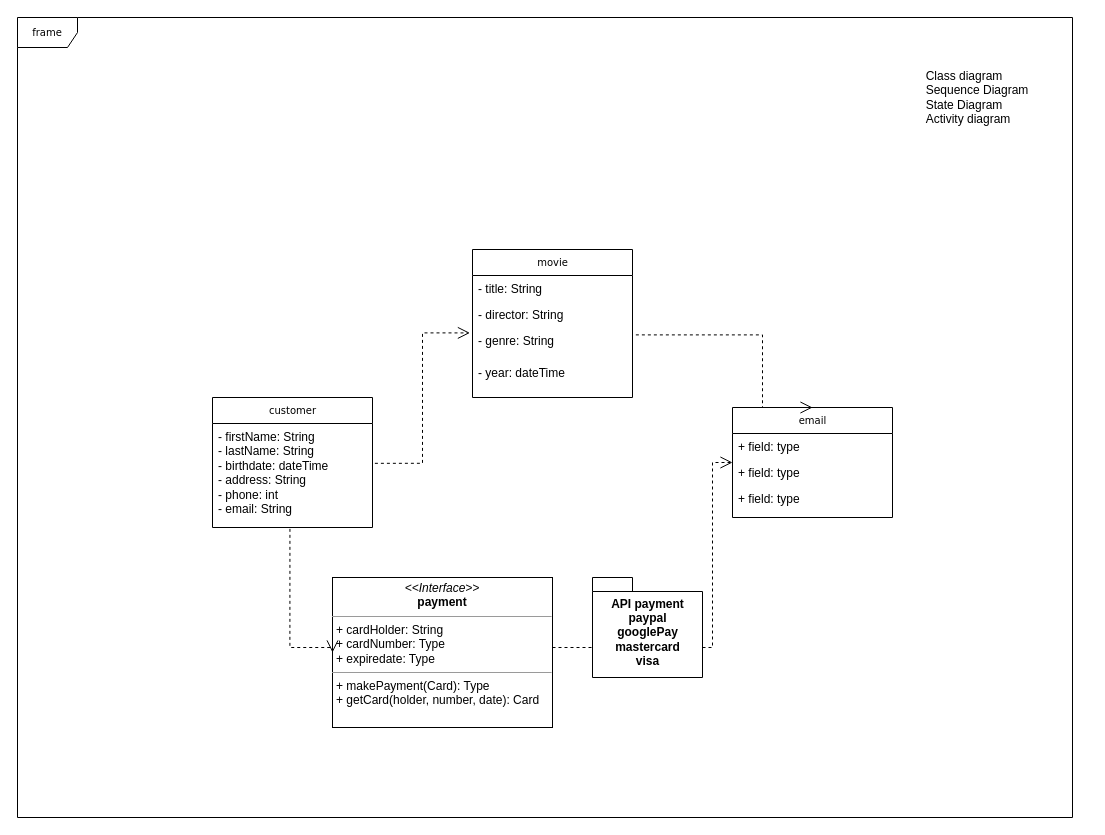
marioBdev/CCT_HireMovie keeps this draw.io diagram as Class Diagram XVision.drawio. Above is the earlier version. Source tidied: cells renumbered, new cells numbered last; positions are measured from the earlier drawing's top-left corner, leaving out a move shared by most shapes. Both pictures are drawn from the tidied source at 100%, with x=0, y=0 at pixel (17, 17).
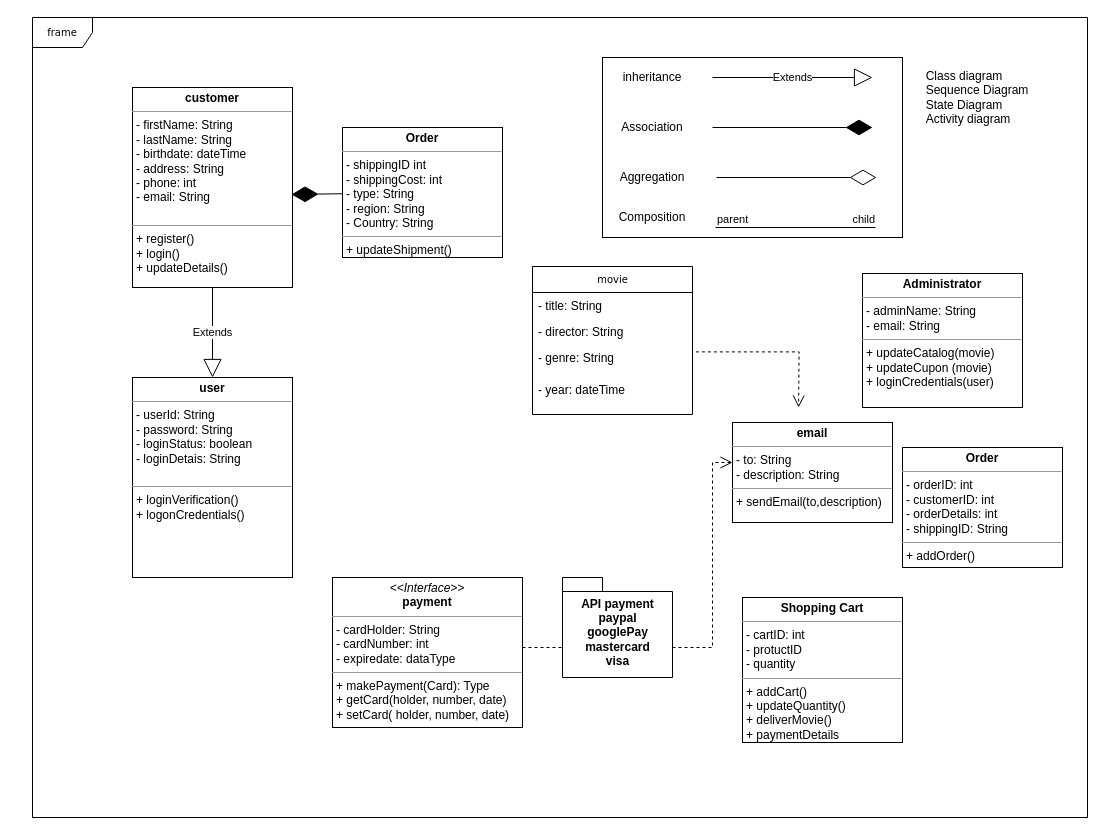
The same page after the edit.

Unchanged cells that the change refers to:
```xml
<mxCell id="6" value="- genre: String" style="text;html=1;strokeColor=none;fillColor=none;align=left;verticalAlign=top;spacingLeft=4;spacingRight=4;whiteSpace=wrap;overflow=hidden;points=[[0,0.5],[1,0.5]];portConstraint=eastwest;" parent="3" vertex="1">
  <mxGeometry y="78" width="160" height="32" as="geometry" />
</mxCell>
```

Change to the diagram source:
```diff
@@
+    <mxCell id="21" style="rounded=0;whiteSpace=wrap;html=1;" parent="1" vertex="1">
+      <mxGeometry x="585" y="40" width="300" height="180" as="geometry" />
+    </mxCell>
     <mxCell id="2" value="frame" style="shape=umlFrame;whiteSpace=wrap;html=1;rounded=0;shadow=0;comic=0;labelBackgroundColor=none;strokeWidth=1;fontFamily=Verdana;fontSize=10;align=center;" parent="1" vertex="1">
-      <mxGeometry width="1055" height="800" as="geometry" />
+      <mxGeometry x="15" width="1055" height="800" as="geometry" />
     </mxCell>
     <mxCell id="3" value="movie" style="swimlane;html=1;fontStyle=0;horizontal=1;startSize=26;fillColor=none;swimlaneFillColor=#ffffff;rounded=0;shadow=0;comic=0;labelBackgroundColor=none;strokeWidth=1;fontFamily=Verdana;fontSize=10;align=center;" parent="1" vertex="1">
-      <mxGeometry x="455" y="232" width="160" height="148" as="geometry" />
+      <mxGeometry x="515" y="249" width="160" height="148" as="geometry" />
     </mxCell>
@@
-    <mxCell id="8" value="email" style="swimlane;html=1;fontStyle=0;horizontal=1;startSize=26;fillColor=none;swimlaneFillColor=#ffffff;rounded=0;shadow=0;comic=0;labelBackgroundColor=none;strokeWidth=1;fontFamily=Verdana;fontSize=10;align=center;" parent="1" vertex="1">
-      <mxGeometry x="715" y="390" width="160" height="110" as="geometry" />
-    </mxCell>
-    <mxCell id="9" value="+ field: type" style="text;html=1;strokeColor=none;fillColor=none;align=left;verticalAlign=top;spacingLeft=4;spacingRight=4;whiteSpace=wrap;overflow=hidden;" parent="8" vertex="1">
-      <mxGeometry y="26" width="160" height="26" as="geometry" />
-    </mxCell>
-    <mxCell id="10" value="+ field: type" style="text;html=1;strokeColor=none;fillColor=none;align=left;verticalAlign=top;spacingLeft=4;spacingRight=4;whiteSpace=wrap;overflow=hidden;" parent="8" vertex="1">
-      <mxGeometry y="52" width="160" height="26" as="geometry" />
-    </mxCell>
-    <mxCell id="11" value="+ field: type" style="text;html=1;strokeColor=none;fillColor=none;align=left;verticalAlign=top;spacingLeft=4;spacingRight=4;whiteSpace=wrap;overflow=hidden;" parent="8" vertex="1">
-      <mxGeometry y="78" width="160" height="26" as="geometry" />
-    </mxCell>
-    <mxCell id="12" value="&lt;p style=&quot;margin: 0px ; margin-top: 4px ; text-align: center&quot;&gt;&lt;i&gt;&amp;lt;&amp;lt;Interface&amp;gt;&amp;gt;&lt;/i&gt;&lt;br&gt;&lt;b&gt;payment&lt;/b&gt;&lt;/p&gt;&lt;hr size=&quot;1&quot;&gt;&lt;p style=&quot;margin: 0px ; margin-left: 4px&quot;&gt;+ cardHolder: String&lt;/p&gt;&lt;p style=&quot;margin: 0px ; margin-left: 4px&quot;&gt;+ cardNumber: Type&lt;br&gt;+ expiredate: Type&lt;/p&gt;&lt;hr size=&quot;1&quot;&gt;&lt;p style=&quot;margin: 0px ; margin-left: 4px&quot;&gt;+ makePayment(Card): Type&lt;br&gt;+ getCard(holder, number, date): Card&lt;/p&gt;" style="verticalAlign=top;align=left;overflow=fill;fontSize=12;fontFamily=Helvetica;html=1;rounded=0;shadow=0;comic=0;labelBackgroundColor=none;strokeWidth=1;" parent="1" vertex="1">
-      <mxGeometry x="315" y="560" width="220" height="150" as="geometry" />
+    <mxCell id="12" value="&lt;p style=&quot;margin: 0px ; margin-top: 4px ; text-align: center&quot;&gt;&lt;i&gt;&amp;lt;&amp;lt;Interface&amp;gt;&amp;gt;&lt;/i&gt;&lt;br&gt;&lt;b&gt;payment&lt;/b&gt;&lt;/p&gt;&lt;hr size=&quot;1&quot;&gt;&lt;p style=&quot;margin: 0px ; margin-left: 4px&quot;&gt;- cardHolder: String&lt;/p&gt;&lt;p style=&quot;margin: 0px ; margin-left: 4px&quot;&gt;- cardNumber: int&lt;br&gt;- expiredate: dataType&lt;/p&gt;&lt;hr size=&quot;1&quot;&gt;&lt;p style=&quot;margin: 0px ; margin-left: 4px&quot;&gt;+ makePayment(Card): Type&lt;br&gt;+ getCard(holder, number, date)&lt;/p&gt;&lt;p style=&quot;margin: 0px ; margin-left: 4px&quot;&gt;&lt;span&gt;+ setCard( holder, number, date)&lt;/span&gt;&lt;/p&gt;" style="verticalAlign=top;align=left;overflow=fill;fontSize=12;fontFamily=Helvetica;html=1;rounded=0;shadow=0;comic=0;labelBackgroundColor=none;strokeWidth=1;" parent="1" vertex="1">
+      <mxGeometry x="315" y="560" width="190" height="150" as="geometry" />
     </mxCell>
-    <mxCell id="13" style="edgeStyle=orthogonalEdgeStyle;rounded=0;html=1;labelBackgroundColor=none;startFill=0;endArrow=open;endFill=0;endSize=10;fontFamily=Verdana;fontSize=10;dashed=1;exitX=1.015;exitY=0.383;exitDx=0;exitDy=0;exitPerimeter=0;entryX=-0.016;entryY=0.169;entryDx=0;entryDy=0;entryPerimeter=0;" parent="1" edge="1" source="16" target="6">
-      <mxGeometry relative="1" as="geometry" />
-    </mxCell>
-    <mxCell id="14" style="edgeStyle=orthogonalEdgeStyle;rounded=0;html=1;dashed=1;labelBackgroundColor=none;startFill=0;endArrow=open;endFill=0;endSize=10;fontFamily=Verdana;fontSize=10;" parent="1" edge="1" source="12" target="8">
+    <mxCell id="14" style="edgeStyle=orthogonalEdgeStyle;rounded=0;html=1;dashed=1;labelBackgroundColor=none;startFill=0;endArrow=open;endFill=0;endSize=10;fontFamily=Verdana;fontSize=10;" parent="1" edge="1" source="12">
       <mxGeometry relative="1" as="geometry">
+        <mxPoint x="715" y="445" as="targetPoint" />
         <Array as="points">
           <mxPoint x="695" y="630" />
           <mxPoint x="695" y="445" />
         </Array>
       </mxGeometry>
     </mxCell>
-    <mxCell id="15" value="customer" style="swimlane;html=1;fontStyle=0;horizontal=1;startSize=26;fillColor=none;swimlaneFillColor=#ffffff;rounded=0;shadow=0;comic=0;labelBackgroundColor=none;strokeWidth=1;fontFamily=Verdana;fontSize=10;align=center;" parent="1" vertex="1">
-      <mxGeometry x="195" y="380" width="160" height="130" as="geometry" />
-    </mxCell>
-    <mxCell id="16" value="- firstName: String&lt;br&gt;- lastName: String&lt;br&gt;- birthdate: dateTime&lt;br&gt;- address: String&lt;br&gt;- phone: int&lt;br&gt;- email: String" style="text;html=1;strokeColor=none;fillColor=none;align=left;verticalAlign=top;spacingLeft=4;spacingRight=4;whiteSpace=wrap;overflow=hidden;points=[[0,0.5],[1,0.5]];portConstraint=eastwest;" parent="15" vertex="1">
-      <mxGeometry y="26" width="160" height="104" as="geometry" />
-    </mxCell>
@@
-    <mxCell id="18" style="edgeStyle=orthogonalEdgeStyle;rounded=0;html=1;labelBackgroundColor=none;startFill=0;endArrow=open;endFill=0;endSize=10;fontFamily=Verdana;fontSize=10;dashed=1;exitX=0.484;exitY=1.013;exitDx=0;exitDy=0;exitPerimeter=0;entryX=0;entryY=0.5;entryDx=0;entryDy=0;" parent="1" edge="1" source="16" target="12">
-      <mxGeometry relative="1" as="geometry">
-        <Array as="points">
-          <mxPoint x="272" y="630" />
-        </Array>
-      </mxGeometry>
-    </mxCell>
-    <mxCell id="19" style="edgeStyle=orthogonalEdgeStyle;rounded=0;html=1;labelBackgroundColor=none;startFill=0;endArrow=open;endFill=0;endSize=10;fontFamily=Verdana;fontSize=10;dashed=1;exitX=1.021;exitY=0.231;exitDx=0;exitDy=0;exitPerimeter=0;entryX=0.5;entryY=0;entryDx=0;entryDy=0;" parent="1" edge="1" source="6" target="8">
+    <mxCell id="19" style="edgeStyle=orthogonalEdgeStyle;rounded=0;html=1;labelBackgroundColor=none;startFill=0;endArrow=open;endFill=0;endSize=10;fontFamily=Verdana;fontSize=10;dashed=1;exitX=1.021;exitY=0.231;exitDx=0;exitDy=0;exitPerimeter=0;entryX=0.413;entryY=0;entryDx=0;entryDy=0;entryPerimeter=0;" parent="1" edge="1" source="6">
       <mxGeometry relative="1" as="geometry">
-        <Array as="points">
-          <mxPoint x="745" y="317" />
-          <mxPoint x="745" y="390" />
-        </Array>
+        <mxPoint x="781.1" y="390" as="targetPoint" />
       </mxGeometry>
     </mxCell>
     <mxCell id="20" value="API payment&lt;br&gt;paypal&lt;br&gt;googlePay&lt;br&gt;mastercard&lt;br&gt;visa" style="shape=folder;fontStyle=1;spacingTop=10;tabWidth=40;tabHeight=14;tabPosition=left;html=1;" parent="1" vertex="1">
-      <mxGeometry x="575" y="560" width="110" height="100" as="geometry" />
+      <mxGeometry x="545" y="560" width="110" height="100" as="geometry" />
     </mxCell>
+    <mxCell id="22" style="endArrow=diamondThin;endFill=1;endSize=24;html=1;" parent="1" edge="1">
+      <mxGeometry relative="1" as="geometry">
+        <mxPoint x="695" y="110" as="sourcePoint" />
+        <mxPoint x="855" y="110" as="targetPoint" />
+      </mxGeometry>
+    </mxCell>
+    <mxCell id="23" style="endArrow=diamondThin;endFill=0;endSize=24;html=1;" parent="1" edge="1">
+      <mxGeometry relative="1" as="geometry">
+        <mxPoint x="699" y="160" as="sourcePoint" />
+        <mxPoint x="859" y="160" as="targetPoint" />
+      </mxGeometry>
+    </mxCell>
+    <mxCell id="24" value="Extends" style="endArrow=block;endSize=16;endFill=0;html=1;" parent="1" edge="1">
+      <mxGeometry relative="1" as="geometry">
+        <mxPoint x="695" y="60" as="sourcePoint" />
+        <mxPoint x="855" y="60" as="targetPoint" />
+      </mxGeometry>
+    </mxCell>
+    <mxCell id="25" style="endArrow=none;html=1;edgeStyle=orthogonalEdgeStyle;" parent="1" edge="1">
+      <mxGeometry relative="1" as="geometry">
+        <mxPoint x="698" y="210" as="sourcePoint" />
+        <mxPoint x="858" y="210" as="targetPoint" />
+      </mxGeometry>
+    </mxCell>
+    <mxCell id="26" value="parent" style="edgeLabel;html=1;align=left;verticalAlign=bottom;" parent="25" vertex="1">
+      <mxGeometry x="-1" relative="1" as="geometry" />
+    </mxCell>
+    <mxCell id="27" value="child" style="edgeLabel;html=1;align=right;verticalAlign=bottom;" parent="25" vertex="1">
+      <mxGeometry x="1" relative="1" as="geometry" />
+    </mxCell>
+    <mxCell id="28" value="inheritance" style="text;html=1;strokeColor=none;fillColor=none;align=center;verticalAlign=middle;whiteSpace=wrap;rounded=0;" parent="1" vertex="1">
+      <mxGeometry x="575" y="50" width="120" height="20" as="geometry" />
+    </mxCell>
+    <mxCell id="29" value="Association" style="text;html=1;strokeColor=none;fillColor=none;align=center;verticalAlign=middle;whiteSpace=wrap;rounded=0;" parent="1" vertex="1">
+      <mxGeometry x="575" y="100" width="120" height="20" as="geometry" />
+    </mxCell>
+    <mxCell id="30" value="Aggregation" style="text;html=1;strokeColor=none;fillColor=none;align=center;verticalAlign=middle;whiteSpace=wrap;rounded=0;" parent="1" vertex="1">
+      <mxGeometry x="575" y="150" width="120" height="20" as="geometry" />
+    </mxCell>
+    <mxCell id="31" value="Composition" style="text;html=1;strokeColor=none;fillColor=none;align=center;verticalAlign=middle;whiteSpace=wrap;rounded=0;" parent="1" vertex="1">
+      <mxGeometry x="575" y="190" width="120" height="20" as="geometry" />
+    </mxCell>
+    <mxCell id="32" value="&lt;p style=&quot;margin: 0px ; margin-top: 4px ; text-align: center&quot;&gt;&lt;b&gt;customer&lt;/b&gt;&lt;/p&gt;&lt;hr size=&quot;1&quot;&gt;&lt;p style=&quot;margin: 0px ; margin-left: 4px&quot;&gt;&lt;span&gt;- firstName: String&lt;/span&gt;&lt;br&gt;&lt;span&gt;- lastName: String&lt;/span&gt;&lt;br&gt;&lt;span&gt;- birthdate: dateTime&lt;/span&gt;&lt;br&gt;&lt;span&gt;- address: String&lt;/span&gt;&lt;br&gt;&lt;span&gt;- phone: int&lt;/span&gt;&lt;br&gt;&lt;span&gt;- email: String&lt;/span&gt;&lt;br&gt;&lt;/p&gt;&lt;p style=&quot;margin: 0px ; margin-left: 4px&quot;&gt;&lt;br&gt;&lt;/p&gt;&lt;hr size=&quot;1&quot;&gt;&lt;p style=&quot;margin: 0px ; margin-left: 4px&quot;&gt;+ register()&lt;/p&gt;&lt;p style=&quot;margin: 0px ; margin-left: 4px&quot;&gt;+ login()&lt;/p&gt;&lt;p style=&quot;margin: 0px ; margin-left: 4px&quot;&gt;+ updateDetails()&lt;/p&gt;" style="verticalAlign=top;align=left;overflow=fill;fontSize=12;fontFamily=Helvetica;html=1;" parent="1" vertex="1">
+      <mxGeometry x="115" y="70" width="160" height="200" as="geometry" />
+    </mxCell>
+    <mxCell id="33" value="&lt;p style=&quot;margin: 0px ; margin-top: 4px ; text-align: center&quot;&gt;&lt;b&gt;email&lt;/b&gt;&lt;/p&gt;&lt;hr size=&quot;1&quot;&gt;&lt;p style=&quot;margin: 0px ; margin-left: 4px&quot;&gt;- to: String&lt;/p&gt;&lt;p style=&quot;margin: 0px ; margin-left: 4px&quot;&gt;- description: String&lt;/p&gt;&lt;hr size=&quot;1&quot;&gt;&lt;p style=&quot;margin: 0px ; margin-left: 4px&quot;&gt;+ sendEmail(to,description)&lt;/p&gt;" style="verticalAlign=top;align=left;overflow=fill;fontSize=12;fontFamily=Helvetica;html=1;" parent="1" vertex="1">
+      <mxGeometry x="715" y="405" width="160" height="100" as="geometry" />
+    </mxCell>
+    <mxCell id="34" value="&lt;p style=&quot;margin: 0px ; margin-top: 4px ; text-align: center&quot;&gt;&lt;b&gt;user&lt;/b&gt;&lt;/p&gt;&lt;hr size=&quot;1&quot;&gt;&lt;p style=&quot;margin: 0px ; margin-left: 4px&quot;&gt;&lt;span&gt;- userId: String&lt;/span&gt;&lt;br&gt;&lt;span&gt;- password: String&lt;/span&gt;&lt;br&gt;&lt;span&gt;- loginStatus: boolean&lt;/span&gt;&lt;br&gt;&lt;span&gt;- loginDetais: String&lt;/span&gt;&lt;br&gt;&lt;br&gt;&lt;/p&gt;&lt;hr size=&quot;1&quot;&gt;&lt;p style=&quot;margin: 0px ; margin-left: 4px&quot;&gt;+ loginVerification()&lt;/p&gt;&lt;p style=&quot;margin: 0px ; margin-left: 4px&quot;&gt;+ logonCredentials()&lt;/p&gt;" style="verticalAlign=top;align=left;overflow=fill;fontSize=12;fontFamily=Helvetica;html=1;" parent="1" vertex="1">
+      <mxGeometry x="115" y="360" width="160" height="200" as="geometry" />
+    </mxCell>
+    <mxCell id="35" value="Extends" style="endArrow=block;endSize=16;endFill=0;html=1;" parent="1" edge="1" source="32" target="34">
+      <mxGeometry relative="1" as="geometry" />
+    </mxCell>
+    <mxCell id="36" value="&lt;p style=&quot;margin: 0px ; margin-top: 4px ; text-align: center&quot;&gt;&lt;b&gt;Administrator&lt;/b&gt;&lt;/p&gt;&lt;hr size=&quot;1&quot;&gt;&lt;p style=&quot;margin: 0px ; margin-left: 4px&quot;&gt;- adminName: String&lt;/p&gt;&lt;p style=&quot;margin: 0px ; margin-left: 4px&quot;&gt;- email: String&lt;/p&gt;&lt;hr size=&quot;1&quot;&gt;&lt;p style=&quot;margin: 0px ; margin-left: 4px&quot;&gt;&lt;span&gt;+ updateCatalog(movie)&lt;/span&gt;&lt;br&gt;&lt;/p&gt;&lt;p style=&quot;margin: 0px ; margin-left: 4px&quot;&gt;&lt;span&gt;+ updateCupon (movie)&lt;/span&gt;&lt;/p&gt;&lt;p style=&quot;margin: 0px ; margin-left: 4px&quot;&gt;+ loginCredentials(user)&lt;/p&gt;" style="verticalAlign=top;align=left;overflow=fill;fontSize=12;fontFamily=Helvetica;html=1;" parent="1" vertex="1">
+      <mxGeometry x="845" y="256" width="160" height="134" as="geometry" />
+    </mxCell>
+    <mxCell id="37" value="&lt;p style=&quot;margin: 0px ; margin-top: 4px ; text-align: center&quot;&gt;&lt;b&gt;Shopping Cart&lt;/b&gt;&lt;/p&gt;&lt;hr size=&quot;1&quot;&gt;&lt;p style=&quot;margin: 0px ; margin-left: 4px&quot;&gt;- cartID: int&lt;/p&gt;&lt;p style=&quot;margin: 0px ; margin-left: 4px&quot;&gt;- protuctID&lt;/p&gt;&lt;p style=&quot;margin: 0px ; margin-left: 4px&quot;&gt;- quantity&lt;/p&gt;&lt;hr size=&quot;1&quot;&gt;&lt;p style=&quot;margin: 0px ; margin-left: 4px&quot;&gt;+ addCart()&lt;/p&gt;&lt;p style=&quot;margin: 0px ; margin-left: 4px&quot;&gt;+ updateQuantity()&lt;/p&gt;&lt;p style=&quot;margin: 0px ; margin-left: 4px&quot;&gt;+ deliverMovie()&lt;/p&gt;&lt;p style=&quot;margin: 0px ; margin-left: 4px&quot;&gt;+ paymentDetails&lt;/p&gt;" style="verticalAlign=top;align=left;overflow=fill;fontSize=12;fontFamily=Helvetica;html=1;" parent="1" vertex="1">
+      <mxGeometry x="725" y="580" width="160" height="145" as="geometry" />
+    </mxCell>
+    <mxCell id="38" value="&lt;p style=&quot;margin: 0px ; margin-top: 4px ; text-align: center&quot;&gt;&lt;b&gt;Order&lt;/b&gt;&lt;/p&gt;&lt;hr size=&quot;1&quot;&gt;&lt;p style=&quot;margin: 0px ; margin-left: 4px&quot;&gt;- orderID: int&lt;/p&gt;&lt;p style=&quot;margin: 0px ; margin-left: 4px&quot;&gt;- customerID: int&lt;/p&gt;&lt;p style=&quot;margin: 0px ; margin-left: 4px&quot;&gt;- orderDetails: int&lt;/p&gt;&lt;p style=&quot;margin: 0px ; margin-left: 4px&quot;&gt;- shippingID: String&lt;/p&gt;&lt;hr size=&quot;1&quot;&gt;&lt;p style=&quot;margin: 0px ; margin-left: 4px&quot;&gt;+ addOrder()&lt;/p&gt;" style="verticalAlign=top;align=left;overflow=fill;fontSize=12;fontFamily=Helvetica;html=1;" parent="1" vertex="1">
+      <mxGeometry x="885" y="430" width="160" height="120" as="geometry" />
+    </mxCell>
+    <mxCell id="39" value="&lt;p style=&quot;margin: 0px ; margin-top: 4px ; text-align: center&quot;&gt;&lt;b&gt;Order&lt;/b&gt;&lt;/p&gt;&lt;hr size=&quot;1&quot;&gt;&lt;p style=&quot;margin: 0px ; margin-left: 4px&quot;&gt;- shippingID&lt;span&gt;&amp;nbsp;int&lt;/span&gt;&lt;/p&gt;&lt;p style=&quot;margin: 0px ; margin-left: 4px&quot;&gt;- shippingCost: int&lt;/p&gt;&lt;p style=&quot;margin: 0px ; margin-left: 4px&quot;&gt;- type: String&lt;/p&gt;&lt;p style=&quot;margin: 0px ; margin-left: 4px&quot;&gt;- region: String&lt;/p&gt;&lt;p style=&quot;margin: 0px ; margin-left: 4px&quot;&gt;- Country: String&lt;/p&gt;&lt;hr size=&quot;1&quot;&gt;&lt;p style=&quot;margin: 0px ; margin-left: 4px&quot;&gt;+ updateShipment()&lt;/p&gt;" style="verticalAlign=top;align=left;overflow=fill;fontSize=12;fontFamily=Helvetica;html=1;" parent="1" vertex="1">
+      <mxGeometry x="325" y="110" width="160" height="130" as="geometry" />
+    </mxCell>
+    <mxCell id="40" style="endArrow=diamondThin;endFill=1;endSize=24;html=1;entryX=0.994;entryY=0.535;entryDx=0;entryDy=0;entryPerimeter=0;" parent="1" edge="1" source="39" target="32">
+      <mxGeometry relative="1" as="geometry" />
+    </mxCell>
```
